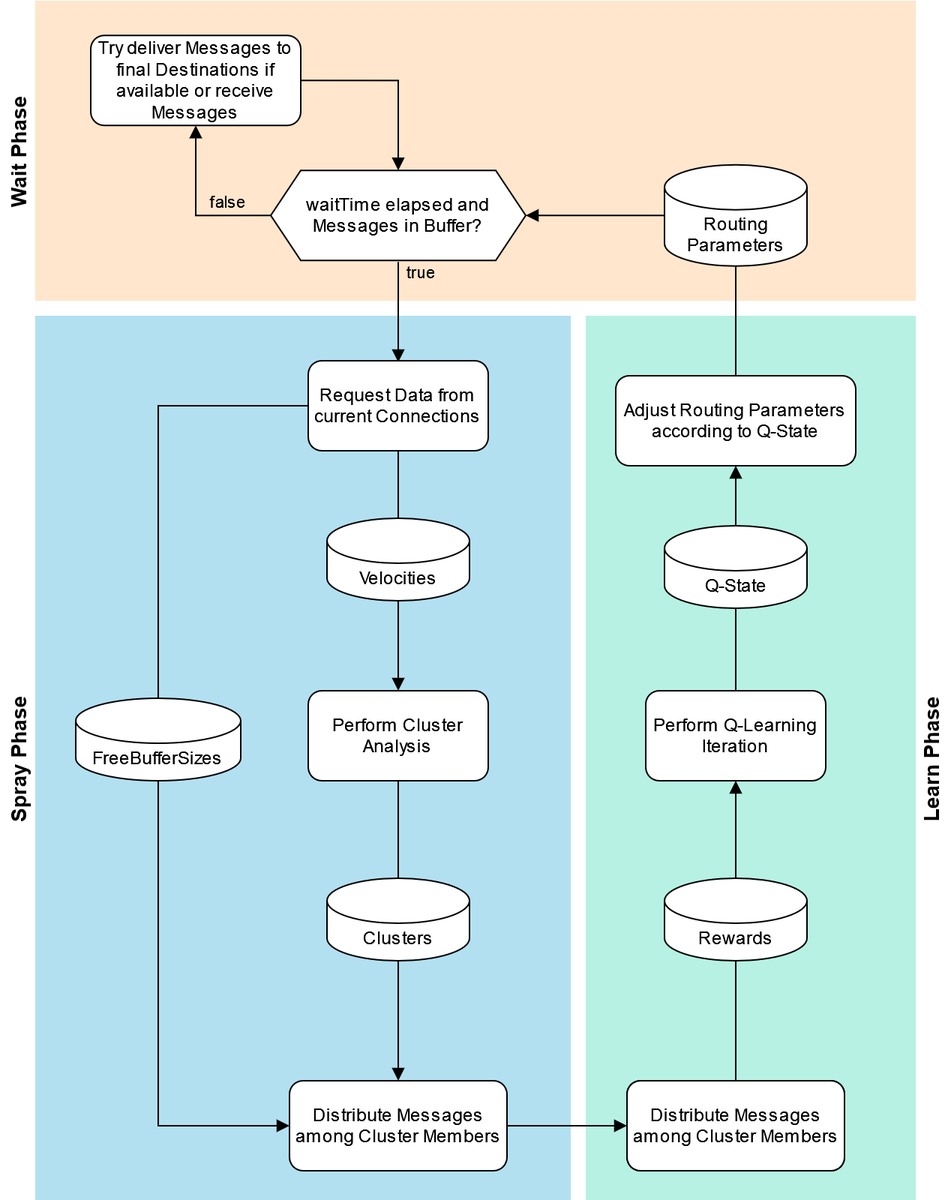
Before: Plots and Figures/FlowChartRoutingProtocolOverview.png, a diagram exported from draw.io (f-schi/SprayLearnWait). Source tidied: cells renumbered, new cells last; positions are measured from the earlier drawing's top-left corner, leaving out a move shared by most shapes. Its diagram source:
```xml
<mxGraphModel>
  <root>
    <mxCell id="0" />
    <mxCell id="1" parent="0" />
    <mxCell id="2" value="Wait Phase" style="swimlane;horizontal=0;fillColor=none;strokeColor=none;gradientColor=none;swimlaneFillColor=#ffe6cc;startSize=23;fontSize=14;" parent="1" vertex="1">
      <mxGeometry width="610" height="200" as="geometry" />
    </mxCell>
    <mxCell id="3" value="waitTime elapsed and Messages in Buffer?" style="shape=hexagon;perimeter=hexagonPerimeter2;whiteSpace=wrap;html=1;fixedSize=1;" parent="2" vertex="1">
      <mxGeometry x="180" y="113.1" width="170" height="60" as="geometry" />
    </mxCell>
    <mxCell id="4" value="Routing Parameters" style="shape=cylinder3;whiteSpace=wrap;html=1;boundedLbl=1;backgroundOutline=1;size=15;" parent="2" vertex="1">
      <mxGeometry x="442.5" y="109.4" width="95" height="67.5" as="geometry" />
    </mxCell>
    <mxCell id="5" style="edgeStyle=orthogonalEdgeStyle;rounded=0;jettySize=auto;html=1;entryX=1;entryY=0.5;entryDx=0;entryDy=0;endArrow=block;endFill=1;exitX=0;exitY=0.5;exitDx=0;exitDy=0;exitPerimeter=0;" parent="2" edge="1" source="4" target="3">
      <mxGeometry relative="1" as="geometry" />
    </mxCell>
    <mxCell id="6" value="Try deliver Messages to final Destinations if available or receive Messages" style="rounded=1;whiteSpace=wrap;html=1;" parent="2" vertex="1">
      <mxGeometry x="60" y="23.1" width="140" height="60" as="geometry" />
    </mxCell>
    <mxCell id="7" style="edgeStyle=orthogonalEdgeStyle;rounded=0;jettySize=auto;html=1;entryX=0.5;entryY=1;entryDx=0;entryDy=0;exitX=0;exitY=0.5;exitDx=0;exitDy=0;labelBackgroundColor=default;fontColor=default;endArrow=block;endFill=1;" parent="2" edge="1" source="3" target="6">
      <mxGeometry relative="1" as="geometry" />
    </mxCell>
    <mxCell id="8" value="false" style="edgeLabel;html=1;align=center;verticalAlign=middle;labelBackgroundColor=none;" parent="7" vertex="1">
      <mxGeometry x="-0.6" y="-3" relative="1" as="geometry">
        <mxPoint x="-8" y="-7" as="offset" />
      </mxGeometry>
    </mxCell>
    <mxCell id="9" style="edgeStyle=orthogonalEdgeStyle;rounded=0;jettySize=auto;html=1;entryX=0.5;entryY=0;entryDx=0;entryDy=0;exitX=1;exitY=0.5;exitDx=0;exitDy=0;endArrow=block;endFill=1;" parent="2" edge="1" source="6" target="3">
      <mxGeometry relative="1" as="geometry" />
    </mxCell>
    <mxCell id="10" value="Learn Phase" style="swimlane;horizontal=0;startSize=20;flipV=1;flipH=1;strokeColor=none;swimlaneFillColor=#B7F1E4;fillColor=none;rounded=0;swimlaneLine=1;shadow=0;arcSize=0;fontSize=14;" parent="1" vertex="1">
      <mxGeometry x="390" y="210" width="240" height="590" as="geometry" />
    </mxCell>
    <mxCell id="11" style="edgeStyle=orthogonalEdgeStyle;rounded=0;jettySize=auto;html=1;entryX=0.5;entryY=0;entryDx=0;entryDy=0;endArrow=none;endFill=0;" parent="10" edge="1" source="13">
      <mxGeometry relative="1" as="geometry">
        <mxPoint x="100" y="510" as="targetPoint" />
      </mxGeometry>
    </mxCell>
    <mxCell id="12" style="edgeStyle=orthogonalEdgeStyle;rounded=0;jettySize=auto;html=1;entryX=0.5;entryY=1;entryDx=0;entryDy=0;endArrow=block;endFill=1;" parent="10" edge="1" source="13" target="14">
      <mxGeometry relative="1" as="geometry" />
    </mxCell>
    <mxCell id="13" value="Rewards" style="shape=cylinder3;whiteSpace=wrap;html=1;boundedLbl=1;backgroundOutline=1;size=15;" parent="10" vertex="1">
      <mxGeometry x="52.5" y="375" width="95" height="55" as="geometry" />
    </mxCell>
    <mxCell id="14" value="Perform Q-Learning Iteration" style="rounded=1;whiteSpace=wrap;html=1;" parent="10" vertex="1">
      <mxGeometry x="40" y="250" width="120" height="60" as="geometry" />
    </mxCell>
    <mxCell id="15" style="edgeStyle=orthogonalEdgeStyle;rounded=0;jettySize=auto;html=1;endArrow=none;endFill=0;" parent="10" edge="1" source="16">
      <mxGeometry relative="1" as="geometry">
        <mxPoint x="100" y="250" as="targetPoint" />
      </mxGeometry>
    </mxCell>
    <mxCell id="16" value="Q-State" style="shape=cylinder3;whiteSpace=wrap;html=1;boundedLbl=1;backgroundOutline=1;size=15;" parent="10" vertex="1">
      <mxGeometry x="52.5" y="140" width="95" height="55" as="geometry" />
    </mxCell>
    <mxCell id="17" value="Adjust Routing Parameters according to Q-State" style="rounded=1;whiteSpace=wrap;html=1;" parent="10" vertex="1">
      <mxGeometry x="20" y="40" width="160" height="60" as="geometry" />
    </mxCell>
    <mxCell id="18" style="edgeStyle=orthogonalEdgeStyle;rounded=0;jettySize=auto;html=1;entryX=0.5;entryY=1;entryDx=0;entryDy=0;endArrow=block;endFill=1;" parent="10" edge="1" source="16" target="17">
      <mxGeometry relative="1" as="geometry" />
    </mxCell>
    <mxCell id="19" value="Spray Phase" style="swimlane;horizontal=0;fillColor=none;strokeColor=none;gradientColor=none;swimlaneFillColor=#B3E0F1;fontSize=14;" parent="1" vertex="1">
      <mxGeometry y="210" width="380" height="590" as="geometry" />
    </mxCell>
    <mxCell id="20" value="Perform Cluster Analysis" style="rounded=1;whiteSpace=wrap;html=1;" parent="19" vertex="1">
      <mxGeometry x="205" y="250" width="120" height="60" as="geometry" />
    </mxCell>
    <mxCell id="21" value="FreeBufferSizes" style="shape=cylinder3;whiteSpace=wrap;html=1;boundedLbl=1;backgroundOutline=1;size=15;" parent="19" vertex="1">
      <mxGeometry x="50" y="255" width="110" height="55" as="geometry" />
    </mxCell>
    <mxCell id="22" value="true" style="edgeStyle=orthogonalEdgeStyle;rounded=0;orthogonalLoop=1;jettySize=auto;html=1;entryX=0.5;entryY=0;entryDx=0;entryDy=0;labelBackgroundColor=none;endArrow=block;endFill=1;" parent="1" edge="1">
      <mxGeometry x="-0.82" y="15" relative="1" as="geometry">
        <mxPoint x="265" y="174.1" as="sourcePoint" />
        <mxPoint x="265" y="241" as="targetPoint" />
      </mxGeometry>
    </mxCell>
    <mxCell id="23" style="edgeStyle=orthogonalEdgeStyle;rounded=0;jettySize=auto;html=1;entryX=0.5;entryY=0;entryDx=0;entryDy=0;entryPerimeter=0;endArrow=none;endFill=0;" parent="1" edge="1" source="24" target="26">
      <mxGeometry relative="1" as="geometry" />
    </mxCell>
    <mxCell id="24" value="Request Data from current Connections" style="rounded=1;whiteSpace=wrap;html=1;" parent="1" vertex="1">
      <mxGeometry x="205" y="240" width="120" height="60" as="geometry" />
    </mxCell>
    <mxCell id="25" style="edgeStyle=orthogonalEdgeStyle;rounded=0;jettySize=auto;html=1;entryX=0.5;entryY=0;entryDx=0;entryDy=0;endArrow=block;endFill=1;" parent="1" edge="1" source="26" target="20">
      <mxGeometry relative="1" as="geometry" />
    </mxCell>
    <mxCell id="26" value="Velocities" style="shape=cylinder3;whiteSpace=wrap;html=1;boundedLbl=1;backgroundOutline=1;size=15;" parent="1" vertex="1">
      <mxGeometry x="217.5" y="345" width="95" height="55" as="geometry" />
    </mxCell>
    <mxCell id="27" style="edgeStyle=orthogonalEdgeStyle;rounded=0;jettySize=auto;html=1;endArrow=block;endFill=1;entryX=0;entryY=0.5;entryDx=0;entryDy=0;" parent="1" edge="1" source="28" target="37">
      <mxGeometry relative="1" as="geometry" />
    </mxCell>
    <mxCell id="28" value="Distribute Messages among Cluster Members" style="rounded=1;whiteSpace=wrap;html=1;" parent="1" vertex="1">
      <mxGeometry x="192.5" y="720" width="145" height="60" as="geometry" />
    </mxCell>
    <mxCell id="29" style="edgeStyle=orthogonalEdgeStyle;rounded=0;jettySize=auto;html=1;entryX=0.5;entryY=0;entryDx=0;entryDy=0;entryPerimeter=0;endArrow=none;endFill=0;exitX=0.5;exitY=1;exitDx=0;exitDy=0;" parent="1" edge="1" source="20" target="31">
      <mxGeometry relative="1" as="geometry" />
    </mxCell>
    <mxCell id="30" style="edgeStyle=orthogonalEdgeStyle;rounded=0;jettySize=auto;html=1;entryX=0.5;entryY=0;entryDx=0;entryDy=0;endArrow=block;endFill=1;" parent="1" edge="1" source="31">
      <mxGeometry relative="1" as="geometry">
        <mxPoint x="265" y="720" as="targetPoint" />
      </mxGeometry>
    </mxCell>
    <mxCell id="31" value="Clusters" style="shape=cylinder3;whiteSpace=wrap;html=1;boundedLbl=1;backgroundOutline=1;size=15;" parent="1" vertex="1">
      <mxGeometry x="217.5" y="585" width="95" height="55" as="geometry" />
    </mxCell>
    <mxCell id="32" style="edgeStyle=orthogonalEdgeStyle;rounded=0;jettySize=auto;html=1;entryX=0.5;entryY=0;entryDx=0;entryDy=0;entryPerimeter=0;endArrow=none;endFill=0;exitX=0;exitY=0.5;exitDx=0;exitDy=0;" parent="1" edge="1" source="24" target="21">
      <mxGeometry relative="1" as="geometry" />
    </mxCell>
    <mxCell id="33" style="edgeStyle=orthogonalEdgeStyle;rounded=0;jettySize=auto;html=1;entryX=0;entryY=0.5;entryDx=0;entryDy=0;endArrow=block;endFill=1;exitX=0.5;exitY=1;exitDx=0;exitDy=0;exitPerimeter=0;" parent="1" edge="1" source="21" target="28">
      <mxGeometry relative="1" as="geometry" />
    </mxCell>
    <mxCell id="34" value="Calculate Rewards" style="whiteSpace=wrap;html=1;rounded=1;" parent="1" vertex="1">
      <mxGeometry x="430" y="720" width="120" height="60" as="geometry" />
    </mxCell>
    <mxCell id="35" style="edgeStyle=orthogonalEdgeStyle;rounded=0;jettySize=auto;html=1;endArrow=none;endFill=0;" parent="1" edge="1" source="4">
      <mxGeometry relative="1" as="geometry">
        <mxPoint x="490" y="250" as="targetPoint" />
      </mxGeometry>
    </mxCell>
    <mxCell id="36" value="Distribute Messages among Cluster Members" style="rounded=1;whiteSpace=wrap;html=1;" parent="1" vertex="1">
      <mxGeometry x="417.5" y="720" width="145" height="60" as="geometry" />
    </mxCell>
    <mxCell id="37" value="Distribute Messages among Cluster Members" style="rounded=1;whiteSpace=wrap;html=1;" parent="1" vertex="1">
      <mxGeometry x="417.5" y="720" width="145" height="60" as="geometry" />
    </mxCell>
  </root>
</mxGraphModel>
```
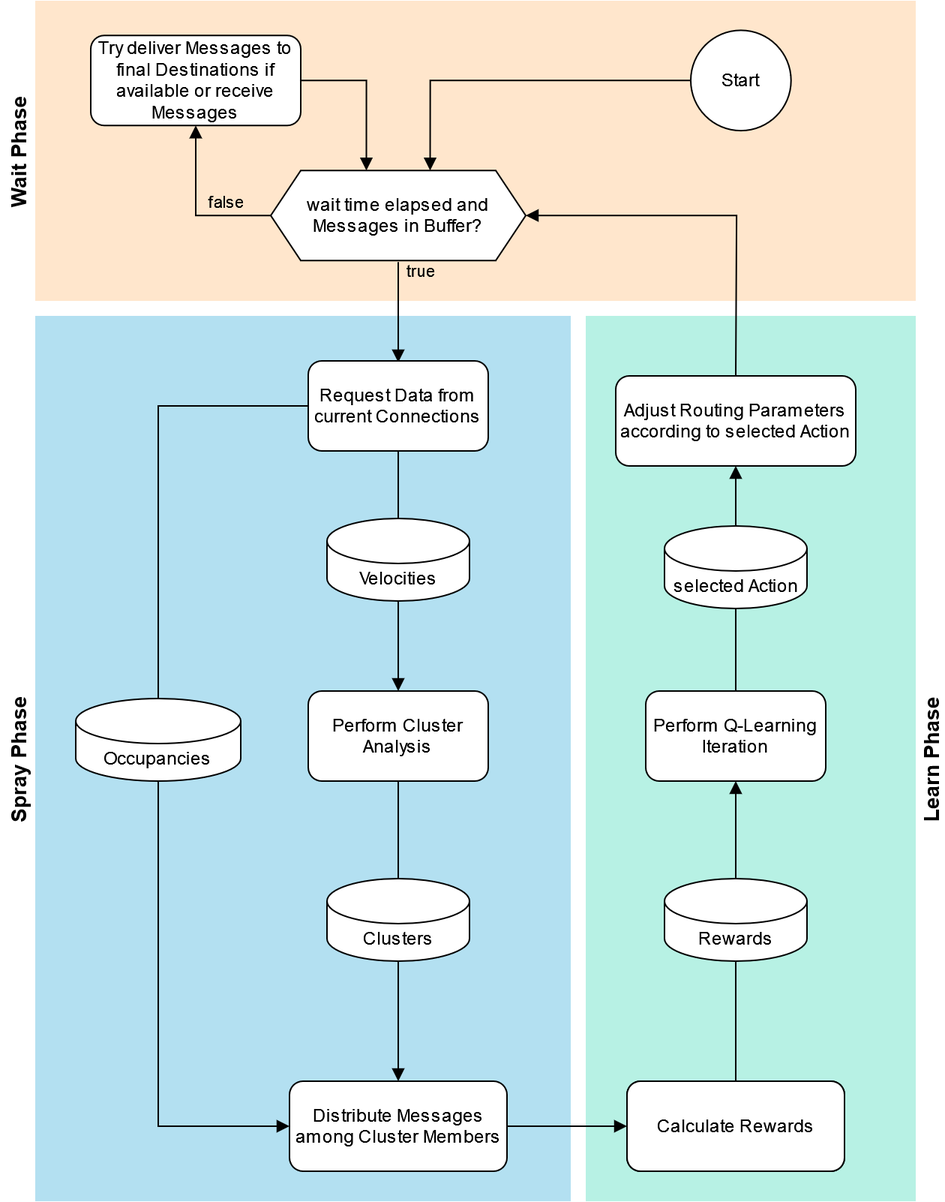
Above is the later version.

The edit, as a diff of the source:
```diff
@@ -5,28 +5,28 @@
     <mxCell id="2" value="Wait Phase" style="swimlane;horizontal=0;fillColor=none;strokeColor=none;gradientColor=none;swimlaneFillColor=#ffe6cc;startSize=23;fontSize=14;" parent="1" vertex="1">
       <mxGeometry width="610" height="200" as="geometry" />
     </mxCell>
-    <mxCell id="3" value="waitTime elapsed and Messages in Buffer?" style="shape=hexagon;perimeter=hexagonPerimeter2;whiteSpace=wrap;html=1;fixedSize=1;" parent="2" vertex="1">
+    <mxCell id="3" value="wait time elapsed and Messages in Buffer?" style="shape=hexagon;perimeter=hexagonPerimeter2;whiteSpace=wrap;html=1;fixedSize=1;" parent="2" vertex="1">
       <mxGeometry x="180" y="113.1" width="170" height="60" as="geometry" />
     </mxCell>
-    <mxCell id="4" value="Routing Parameters" style="shape=cylinder3;whiteSpace=wrap;html=1;boundedLbl=1;backgroundOutline=1;size=15;" parent="2" vertex="1">
-      <mxGeometry x="442.5" y="109.4" width="95" height="67.5" as="geometry" />
+    <mxCell id="4" value="Try deliver Messages to final Destinations if available or receive Messages" style="rounded=1;whiteSpace=wrap;html=1;" parent="2" vertex="1">
+      <mxGeometry x="60" y="23.1" width="140" height="60" as="geometry" />
     </mxCell>
-    <mxCell id="5" style="edgeStyle=orthogonalEdgeStyle;rounded=0;jettySize=auto;html=1;entryX=1;entryY=0.5;entryDx=0;entryDy=0;endArrow=block;endFill=1;exitX=0;exitY=0.5;exitDx=0;exitDy=0;exitPerimeter=0;" parent="2" edge="1" source="4" target="3">
+    <mxCell id="5" style="edgeStyle=orthogonalEdgeStyle;rounded=0;jettySize=auto;html=1;entryX=0.5;entryY=1;entryDx=0;entryDy=0;exitX=0;exitY=0.5;exitDx=0;exitDy=0;labelBackgroundColor=default;fontColor=default;endArrow=block;endFill=1;" parent="2" edge="1" source="3" target="4">
       <mxGeometry relative="1" as="geometry" />
     </mxCell>
-    <mxCell id="6" value="Try deliver Messages to final Destinations if available or receive Messages" style="rounded=1;whiteSpace=wrap;html=1;" parent="2" vertex="1">
-      <mxGeometry x="60" y="23.1" width="140" height="60" as="geometry" />
+    <mxCell id="6" value="false" style="edgeLabel;html=1;align=center;verticalAlign=middle;points=[];labelBackgroundColor=none;" parent="5" vertex="1">
+      <mxGeometry x="-0.6" y="-3" relative="1" as="geometry">
+        <mxPoint x="-8" y="-7" as="offset" />
+      </mxGeometry>
     </mxCell>
-    <mxCell id="7" style="edgeStyle=orthogonalEdgeStyle;rounded=0;jettySize=auto;html=1;entryX=0.5;entryY=1;entryDx=0;entryDy=0;exitX=0;exitY=0.5;exitDx=0;exitDy=0;labelBackgroundColor=default;fontColor=default;endArrow=block;endFill=1;" parent="2" edge="1" source="3" target="6">
+    <mxCell id="7" style="edgeStyle=orthogonalEdgeStyle;rounded=0;jettySize=auto;html=1;entryX=0.375;entryY=0;entryDx=0;entryDy=0;exitX=1;exitY=0.5;exitDx=0;exitDy=0;endArrow=block;endFill=1;" parent="2" edge="1" source="4" target="3">
       <mxGeometry relative="1" as="geometry" />
     </mxCell>
-    <mxCell id="8" value="false" style="edgeLabel;html=1;align=center;verticalAlign=middle;labelBackgroundColor=none;" parent="7" vertex="1">
-      <mxGeometry x="-0.6" y="-3" relative="1" as="geometry">
-        <mxPoint x="-8" y="-7" as="offset" />
-      </mxGeometry>
+    <mxCell id="8" style="edgeStyle=orthogonalEdgeStyle;rounded=0;jettySize=auto;html=1;startArrow=none;startFill=0;endArrow=block;endFill=1;entryX=0.625;entryY=0;entryDx=0;entryDy=0;" parent="2" edge="1" source="9" target="3">
+      <mxGeometry relative="1" as="geometry" />
     </mxCell>
-    <mxCell id="9" style="edgeStyle=orthogonalEdgeStyle;rounded=0;jettySize=auto;html=1;entryX=0.5;entryY=0;entryDx=0;entryDy=0;exitX=1;exitY=0.5;exitDx=0;exitDy=0;endArrow=block;endFill=1;" parent="2" edge="1" source="6" target="3">
-      <mxGeometry relative="1" as="geometry" />
+    <mxCell id="9" value="Start" style="ellipse;whiteSpace=wrap;html=1;" parent="2" vertex="1">
+      <mxGeometry x="460" y="19.7" width="66.9" height="66.9" as="geometry" />
     </mxCell>
     <mxCell id="10" value="Learn Phase" style="swimlane;horizontal=0;startSize=20;flipV=1;flipH=1;strokeColor=none;swimlaneFillColor=#B7F1E4;fillColor=none;rounded=0;swimlaneLine=1;shadow=0;arcSize=0;fontSize=14;" parent="1" vertex="1">
       <mxGeometry x="390" y="210" width="240" height="590" as="geometry" />
@@ -50,10 +50,10 @@
         <mxPoint x="100" y="250" as="targetPoint" />
       </mxGeometry>
     </mxCell>
-    <mxCell id="16" value="Q-State" style="shape=cylinder3;whiteSpace=wrap;html=1;boundedLbl=1;backgroundOutline=1;size=15;" parent="10" vertex="1">
+    <mxCell id="16" value="selected Action" style="shape=cylinder3;whiteSpace=wrap;html=1;boundedLbl=1;backgroundOutline=1;size=15;" parent="10" vertex="1">
       <mxGeometry x="52.5" y="140" width="95" height="55" as="geometry" />
     </mxCell>
-    <mxCell id="17" value="Adjust Routing Parameters according to Q-State" style="rounded=1;whiteSpace=wrap;html=1;" parent="10" vertex="1">
+    <mxCell id="17" value="Adjust Routing Parameters according to selected Action" style="rounded=1;whiteSpace=wrap;html=1;" parent="10" vertex="1">
       <mxGeometry x="20" y="40" width="160" height="60" as="geometry" />
     </mxCell>
     <mxCell id="18" style="edgeStyle=orthogonalEdgeStyle;rounded=0;jettySize=auto;html=1;entryX=0.5;entryY=1;entryDx=0;entryDy=0;endArrow=block;endFill=1;" parent="10" edge="1" source="16" target="17">
@@ -65,7 +65,7 @@
     <mxCell id="20" value="Perform Cluster Analysis" style="rounded=1;whiteSpace=wrap;html=1;" parent="19" vertex="1">
       <mxGeometry x="205" y="250" width="120" height="60" as="geometry" />
     </mxCell>
-    <mxCell id="21" value="FreeBufferSizes" style="shape=cylinder3;whiteSpace=wrap;html=1;boundedLbl=1;backgroundOutline=1;size=15;" parent="19" vertex="1">
+    <mxCell id="21" value="Occupancies" style="shape=cylinder3;whiteSpace=wrap;html=1;boundedLbl=1;backgroundOutline=1;size=15;" parent="19" vertex="1">
       <mxGeometry x="50" y="255" width="110" height="55" as="geometry" />
     </mxCell>
     <mxCell id="22" value="true" style="edgeStyle=orthogonalEdgeStyle;rounded=0;orthogonalLoop=1;jettySize=auto;html=1;entryX=0.5;entryY=0;entryDx=0;entryDy=0;labelBackgroundColor=none;endArrow=block;endFill=1;" parent="1" edge="1">
@@ -112,7 +112,7 @@
     <mxCell id="34" value="Calculate Rewards" style="whiteSpace=wrap;html=1;rounded=1;" parent="1" vertex="1">
       <mxGeometry x="430" y="720" width="120" height="60" as="geometry" />
     </mxCell>
-    <mxCell id="35" style="edgeStyle=orthogonalEdgeStyle;rounded=0;jettySize=auto;html=1;endArrow=none;endFill=0;" parent="1" edge="1" source="4">
+    <mxCell id="35" style="edgeStyle=orthogonalEdgeStyle;rounded=0;jettySize=auto;html=1;endArrow=none;endFill=0;startArrow=block;startFill=1;" parent="1" edge="1" source="3">
       <mxGeometry relative="1" as="geometry">
         <mxPoint x="490" y="250" as="targetPoint" />
       </mxGeometry>
@@ -120,7 +120,7 @@
     <mxCell id="36" value="Distribute Messages among Cluster Members" style="rounded=1;whiteSpace=wrap;html=1;" parent="1" vertex="1">
       <mxGeometry x="417.5" y="720" width="145" height="60" as="geometry" />
     </mxCell>
-    <mxCell id="37" value="Distribute Messages among Cluster Members" style="rounded=1;whiteSpace=wrap;html=1;" parent="1" vertex="1">
+    <mxCell id="37" value="Calculate Rewards" style="rounded=1;whiteSpace=wrap;html=1;" parent="1" vertex="1">
       <mxGeometry x="417.5" y="720" width="145" height="60" as="geometry" />
     </mxCell>
   </root>
```
